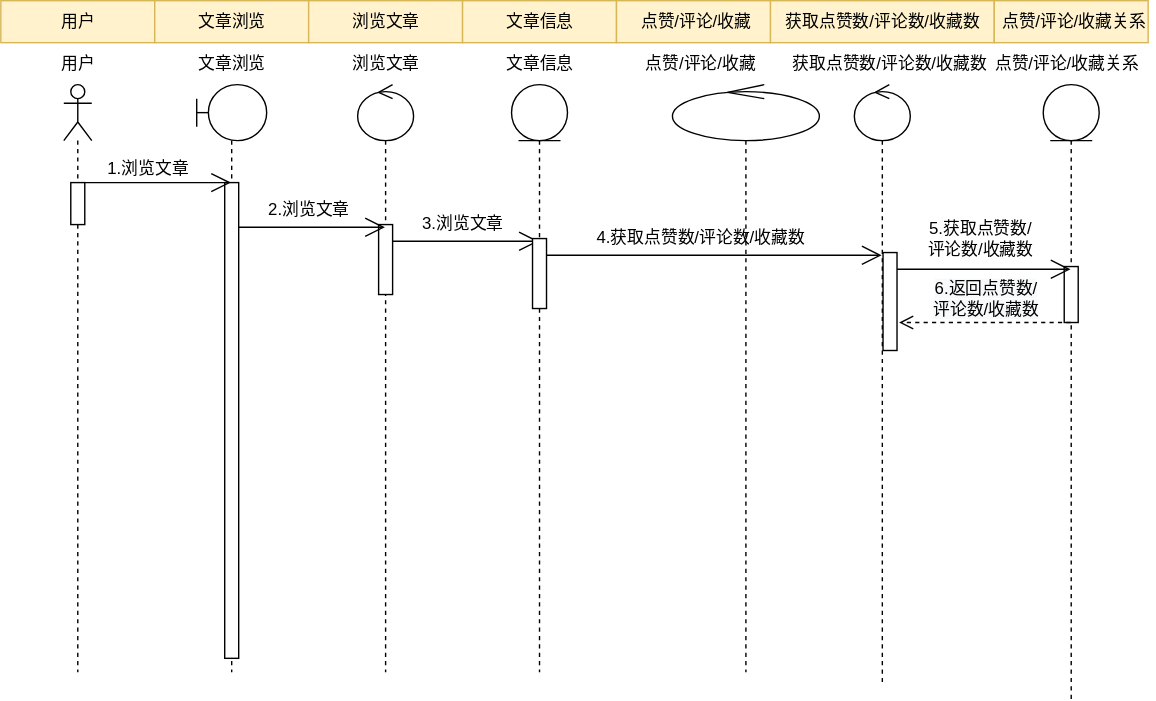
Before: 文章浏览序列图.drawio.svg, a diagram exported from draw.io (WuShangMo/SquidGame1). Source tidied: cells renumbered, new cells last; positions are measured from the earlier drawing's top-left corner, leaving out a move shared by most shapes.
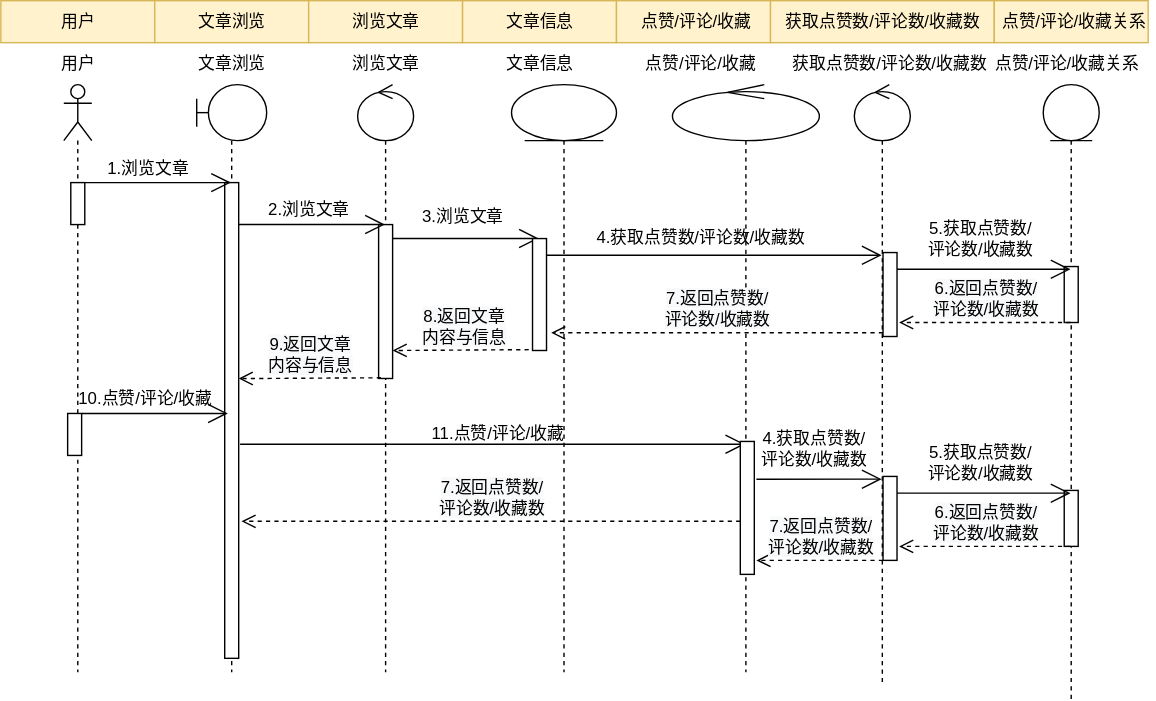
After the change.

Commit message:
更新文章浏览序列图.drawio.svg

What changed in the source:
```diff
@@ -33,23 +33,71 @@
       <mxGeometry x="255" y="60" width="40" height="420" as="geometry" />
     </mxCell>
     <mxCell id="12" style="html=1;perimeter=orthogonalPerimeter;" parent="11" vertex="1">
-      <mxGeometry x="15" y="100" width="10" height="50" as="geometry" />
+      <mxGeometry x="15" y="100" width="10" height="110" as="geometry" />
     </mxCell>
+    <mxCell id="40" value="&lt;span style=&quot;font-size: 12px; background-color: rgb(248, 249, 250);&quot;&gt;8.返回文章&lt;br&gt;内容与信息&lt;/span&gt;" style="html=1;verticalAlign=bottom;endArrow=open;dashed=1;endSize=8;rounded=0;exitX=0.333;exitY=0.992;exitDx=0;exitDy=0;exitPerimeter=0;" parent="11" edge="1" source="34">
+      <mxGeometry relative="1" as="geometry">
+        <mxPoint x="25" y="190" as="targetPoint" />
+      </mxGeometry>
+    </mxCell>
     <mxCell id="13" style="shape=umlLifeline;participant=umlEntity;perimeter=lifelinePerimeter;whiteSpace=wrap;html=1;verticalAlign=top;spacingTop=36;" parent="1" vertex="1">
-      <mxGeometry x="365" y="60" width="40" height="420" as="geometry" />
+      <mxGeometry x="365" y="60" width="75" height="420" as="geometry" />
     </mxCell>
+    <mxCell id="41" value="11.点赞/评论/收藏" style="text;html=1;align=center;verticalAlign=middle;strokeColor=none;fillColor=none;" parent="13" vertex="1">
+      <mxGeometry x="-70" y="235" width="120" height="30" as="geometry" />
+    </mxCell>
     <mxCell id="14" style="shape=umlLifeline;participant=umlControl;perimeter=lifelinePerimeter;whiteSpace=wrap;html=1;verticalAlign=top;spacingTop=36;outlineConnect=0;" parent="1" vertex="1">
       <mxGeometry x="480" y="60" width="105" height="420" as="geometry" />
     </mxCell>
     <mxCell id="15" value="4.获取点赞数/评论数/收藏数" style="text;html=1;align=center;verticalAlign=middle;strokeColor=none;fillColor=none;" parent="14" vertex="1">
       <mxGeometry x="-65" y="95" width="170" height="30" as="geometry" />
     </mxCell>
+    <mxCell id="42" style="endArrow=open;endFill=1;endSize=12;html=1;rounded=0;jumpSize=10;" parent="14" edge="1" target="14">
+      <mxGeometry relative="1" as="geometry">
+        <mxPoint x="-309" y="257" as="sourcePoint" />
+      </mxGeometry>
+    </mxCell>
+    <mxCell id="43" style="html=1;points=[];perimeter=orthogonalPerimeter;" parent="14" vertex="1">
+      <mxGeometry x="48.5" y="255" width="10" height="95" as="geometry" />
+    </mxCell>
     <mxCell id="16" style="shape=umlLifeline;participant=umlEntity;perimeter=lifelinePerimeter;whiteSpace=wrap;html=1;verticalAlign=top;spacingTop=36;outlineConnect=0;" parent="1" vertex="1">
       <mxGeometry x="745" y="60" width="40" height="440" as="geometry" />
     </mxCell>
     <mxCell id="17" style="html=1;perimeter=orthogonalPerimeter;" parent="16" vertex="1">
       <mxGeometry x="15" y="130" width="10" height="40" as="geometry" />
     </mxCell>
+    <mxCell id="44" style="html=1;perimeter=orthogonalPerimeter;" parent="16" vertex="1">
+      <mxGeometry x="15" y="290" width="10" height="40" as="geometry" />
+    </mxCell>
+    <mxCell id="45" style="endArrow=open;endFill=1;endSize=12;html=1;rounded=0;" parent="16" edge="1">
+      <mxGeometry relative="1" as="geometry">
+        <mxPoint x="-205" y="282" as="sourcePoint" />
+        <mxPoint x="-115.5" y="282" as="targetPoint" />
+      </mxGeometry>
+    </mxCell>
+    <mxCell id="46" style="html=1;points=[];perimeter=orthogonalPerimeter;" parent="16" vertex="1">
+      <mxGeometry x="-114.5" y="280" width="10" height="60" as="geometry" />
+    </mxCell>
+    <mxCell id="47" style="endArrow=open;endFill=1;endSize=12;html=1;rounded=0;exitX=1;exitY=0.094;exitDx=0;exitDy=0;exitPerimeter=0;" parent="16" edge="1">
+      <mxGeometry relative="1" as="geometry">
+        <mxPoint x="-104.5" y="292" as="sourcePoint" />
+        <mxPoint x="19.5" y="292" as="targetPoint" />
+      </mxGeometry>
+    </mxCell>
+    <mxCell id="48" value="5.获取点赞数/&lt;br&gt;评论数/收藏数" style="text;html=1;align=center;verticalAlign=middle;strokeColor=none;fillColor=none;" parent="16" vertex="1">
+      <mxGeometry x="-95" y="250" width="100" height="40" as="geometry" />
+    </mxCell>
+    <mxCell id="49" value="&lt;span style=&quot;font-size: 12px; background-color: rgb(248, 249, 250);&quot;&gt;6.返回点赞数/&lt;/span&gt;&lt;br style=&quot;font-size: 12px; background-color: rgb(248, 249, 250);&quot;&gt;&lt;span style=&quot;font-size: 12px; background-color: rgb(248, 249, 250);&quot;&gt;评论数/收藏数&lt;/span&gt;" style="html=1;verticalAlign=bottom;endArrow=open;dashed=1;endSize=8;rounded=0;" parent="16" edge="1">
+      <mxGeometry relative="1" as="geometry">
+        <mxPoint x="19.5" y="330" as="sourcePoint" />
+        <mxPoint x="-103" y="330" as="targetPoint" />
+      </mxGeometry>
+    </mxCell>
+    <mxCell id="50" value="&lt;span style=&quot;font-size: 12px; background-color: rgb(248, 249, 250);&quot;&gt;7.返回点赞数/&lt;/span&gt;&lt;br style=&quot;font-size: 12px; background-color: rgb(248, 249, 250);&quot;&gt;&lt;span style=&quot;font-size: 12px; background-color: rgb(248, 249, 250);&quot;&gt;评论数/收藏数&lt;/span&gt;" style="html=1;verticalAlign=bottom;endArrow=open;dashed=1;endSize=8;rounded=0;" parent="16" edge="1" source="46">
+      <mxGeometry relative="1" as="geometry">
+        <mxPoint x="-205" y="340" as="targetPoint" />
+      </mxGeometry>
+    </mxCell>
     <mxCell id="18" style="shape=umlLifeline;participant=umlControl;perimeter=lifelinePerimeter;whiteSpace=wrap;html=1;verticalAlign=top;spacingTop=36;outlineConnect=0;" parent="1" vertex="1">
       <mxGeometry x="610" y="60" width="40" height="430" as="geometry" />
     </mxCell>
@@ -88,23 +136,26 @@
     <mxCell id="29" value="1.浏览文章" style="text;html=1;align=center;verticalAlign=middle;strokeColor=none;fillColor=none;" parent="1" vertex="1">
       <mxGeometry x="65" y="105" width="80" height="30" as="geometry" />
     </mxCell>
-    <mxCell id="30" style="endArrow=open;endFill=1;endSize=12;html=1;rounded=0;exitX=1;exitY=0.094;exitDx=0;exitDy=0;exitPerimeter=0;" parent="1" edge="1" source="10" target="11">
-      <mxGeometry relative="1" as="geometry" />
+    <mxCell id="30" style="endArrow=open;endFill=1;endSize=12;html=1;rounded=0;exitX=1;exitY=0.094;exitDx=0;exitDy=0;exitPerimeter=0;" parent="1" edge="1">
+      <mxGeometry relative="1" as="geometry">
+        <mxPoint x="170" y="160" as="sourcePoint" />
+        <mxPoint x="274.5" y="160" as="targetPoint" />
+      </mxGeometry>
     </mxCell>
     <mxCell id="31" value="2.浏览文章" style="text;html=1;align=center;verticalAlign=middle;strokeColor=none;fillColor=none;" parent="1" vertex="1">
       <mxGeometry x="180" y="135" width="80" height="30" as="geometry" />
     </mxCell>
     <mxCell id="32" style="endArrow=open;endFill=1;endSize=12;html=1;rounded=0;exitX=1;exitY=0.094;exitDx=0;exitDy=0;exitPerimeter=0;" parent="1" edge="1">
       <mxGeometry relative="1" as="geometry">
-        <mxPoint x="280" y="172" as="sourcePoint" />
-        <mxPoint x="384.5" y="172" as="targetPoint" />
+        <mxPoint x="280" y="170" as="sourcePoint" />
+        <mxPoint x="384.5" y="170" as="targetPoint" />
       </mxGeometry>
     </mxCell>
     <mxCell id="33" value="3.浏览文章" style="text;html=1;align=center;verticalAlign=middle;strokeColor=none;fillColor=none;" parent="1" vertex="1">
-      <mxGeometry x="290" y="145" width="80" height="30" as="geometry" />
+      <mxGeometry x="290" y="140" width="80" height="30" as="geometry" />
     </mxCell>
     <mxCell id="34" style="html=1;points=[];perimeter=orthogonalPerimeter;" parent="1" vertex="1">
-      <mxGeometry x="380" y="170" width="10" height="50" as="geometry" />
+      <mxGeometry x="380" y="170" width="10" height="80" as="geometry" />
     </mxCell>
     <mxCell id="35" style="endArrow=open;endFill=1;endSize=12;html=1;rounded=0;exitX=1;exitY=0.094;exitDx=0;exitDy=0;exitPerimeter=0;" parent="1" edge="1" target="18">
       <mxGeometry relative="1" as="geometry">
@@ -112,7 +163,7 @@
       </mxGeometry>
     </mxCell>
     <mxCell id="36" style="html=1;points=[];perimeter=orthogonalPerimeter;" parent="1" vertex="1">
-      <mxGeometry x="630.5" y="180" width="10" height="70" as="geometry" />
+      <mxGeometry x="630.5" y="180" width="10" height="60" as="geometry" />
     </mxCell>
     <mxCell id="37" style="endArrow=open;endFill=1;endSize=12;html=1;rounded=0;exitX=1;exitY=0.094;exitDx=0;exitDy=0;exitPerimeter=0;" parent="1" edge="1" target="16">
       <mxGeometry relative="1" as="geometry">
@@ -127,5 +178,31 @@
         <mxPoint x="642" y="230" as="targetPoint" />
       </mxGeometry>
     </mxCell>
+    <mxCell id="51" value="&lt;span style=&quot;font-size: 12px; background-color: rgb(248, 249, 250);&quot;&gt;7.返回点赞数/&lt;/span&gt;&lt;br style=&quot;font-size: 12px; background-color: rgb(248, 249, 250);&quot;&gt;&lt;span style=&quot;font-size: 12px; background-color: rgb(248, 249, 250);&quot;&gt;评论数/收藏数&lt;/span&gt;" style="html=1;verticalAlign=bottom;endArrow=open;dashed=1;endSize=8;rounded=0;entryX=1.333;entryY=0.842;entryDx=0;entryDy=0;entryPerimeter=0;" parent="1" edge="1" source="36" target="34">
+      <mxGeometry relative="1" as="geometry" />
+    </mxCell>
+    <mxCell id="52" value="&lt;span style=&quot;font-size: 12px; background-color: rgb(248, 249, 250);&quot;&gt;9.返回文章&lt;br&gt;内容与信息&lt;/span&gt;" style="html=1;verticalAlign=bottom;endArrow=open;dashed=1;endSize=8;rounded=0;exitX=0.333;exitY=0.992;exitDx=0;exitDy=0;exitPerimeter=0;entryX=1;entryY=0.412;entryDx=0;entryDy=0;entryPerimeter=0;" parent="1" edge="1" target="10">
+      <mxGeometry relative="1" as="geometry">
+        <mxPoint x="271.7" y="269.5" as="sourcePoint" />
+      </mxGeometry>
+    </mxCell>
+    <mxCell id="53" style="html=1;perimeter=orthogonalPerimeter;" parent="1" vertex="1">
+      <mxGeometry x="47.8" y="295" width="10" height="30" as="geometry" />
+    </mxCell>
+    <mxCell id="54" style="endArrow=open;endFill=1;endSize=12;html=1;rounded=0;" parent="1" edge="1">
+      <mxGeometry relative="1" as="geometry">
+        <mxPoint x="57.8" y="295" as="sourcePoint" />
+        <mxPoint x="162.2" y="295" as="targetPoint" />
+      </mxGeometry>
+    </mxCell>
+    <mxCell id="55" value="10.点赞/评论/收藏" style="text;html=1;align=center;verticalAlign=middle;strokeColor=none;fillColor=none;" parent="1" vertex="1">
+      <mxGeometry x="42.8" y="270" width="120" height="30" as="geometry" />
+    </mxCell>
+    <mxCell id="56" value="&lt;span style=&quot;font-size: 12px; background-color: rgb(248, 249, 250);&quot;&gt;7.返回点赞数/&lt;/span&gt;&lt;br style=&quot;font-size: 12px; background-color: rgb(248, 249, 250);&quot;&gt;&lt;span style=&quot;font-size: 12px; background-color: rgb(248, 249, 250);&quot;&gt;评论数/收藏数&lt;/span&gt;" style="html=1;verticalAlign=bottom;endArrow=open;dashed=1;endSize=8;rounded=0;entryX=1.2;entryY=0.712;entryDx=0;entryDy=0;entryPerimeter=0;" parent="1" edge="1" source="43" target="10">
+      <mxGeometry relative="1" as="geometry" />
+    </mxCell>
+    <mxCell id="57" value="4.获取点赞数/&lt;br&gt;评论数/收藏数" style="text;html=1;align=center;verticalAlign=middle;strokeColor=none;fillColor=none;" parent="1" vertex="1">
+      <mxGeometry x="530.5" y="300" width="100" height="40" as="geometry" />
+    </mxCell>
   </root>
 </mxGraphModel>
```
